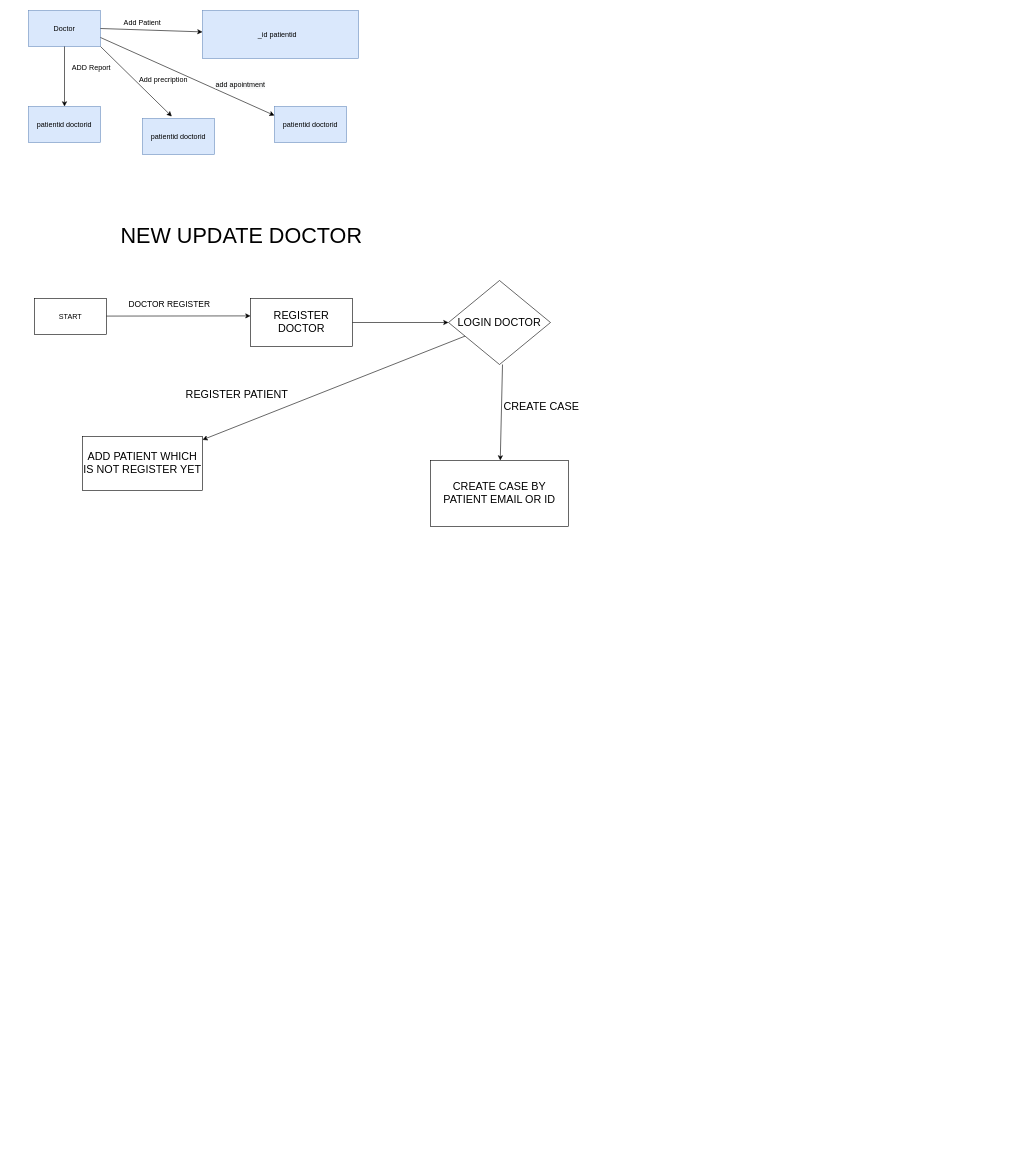
This is doccheck1Untitled Diagram.drawio from Tarunagg1/draw, a draw.io file, before an edit. Source tidied: cells renumbered, new cells numbered last; positions are measured from the earlier drawing's top-left corner, leaving out a move shared by most shapes. Both pictures are drawn from the tidied source at 60%, with x=0, y=0 at pixel (28, 10).
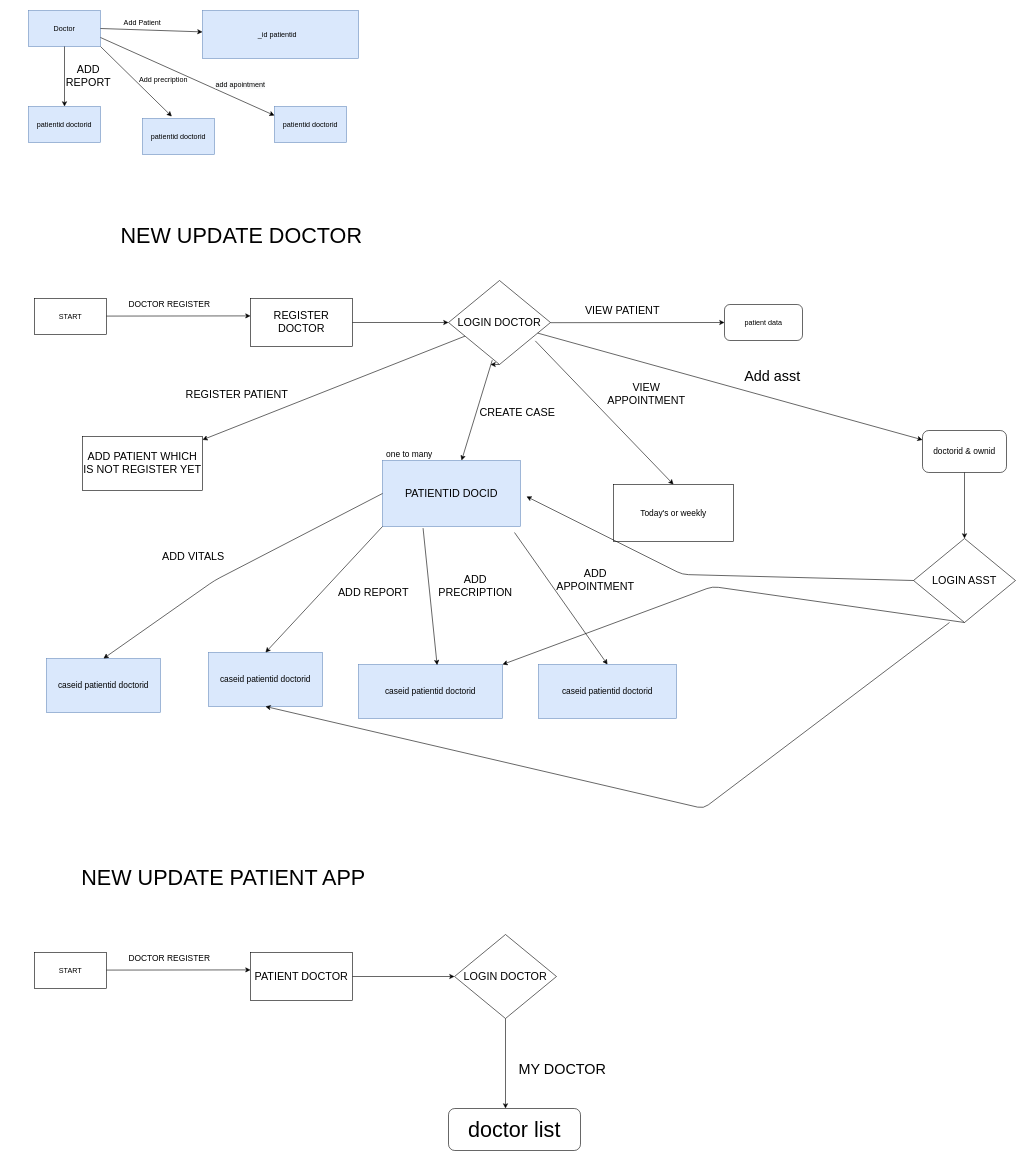
Above is the later version.

The change refers to these unchanged cells:
```xml
<mxCell id="22" value="&lt;span style=&quot;font-size: 18px&quot;&gt;LOGIN DOCTOR&lt;/span&gt;" style="rhombus;whiteSpace=wrap;html=1;" parent="1" vertex="1">
  <mxGeometry x="700" y="450" width="170" height="140" as="geometry" />
</mxCell>
```

What changed in the source:
```diff
@@
-    <mxCell id="9" value="ADD Report" style="text;html=1;strokeColor=none;fillColor=none;align=center;verticalAlign=middle;whiteSpace=wrap;rounded=0;" parent="1" vertex="1">
-      <mxGeometry x="60" y="90" width="90" height="10" as="geometry" />
-    </mxCell>
@@
+    <mxCell id="29" style="edgeStyle=orthogonalEdgeStyle;rounded=0;jettySize=auto;html=1;exitX=0.5;exitY=1;exitDx=0;exitDy=0;" parent="1" edge="1" source="22">
+      <mxGeometry relative="1" as="geometry">
+        <mxPoint x="770" y="590.4" as="targetPoint" />
+      </mxGeometry>
+    </mxCell>
@@
-    <mxCell id="26" style="endArrow=classic;html=1;" parent="1" edge="1" target="27">
-      <mxGeometry relative="1" as="geometry">
-        <mxPoint x="790" y="590" as="sourcePoint" />
-      </mxGeometry>
+    <mxCell id="26" style="endArrow=classic;html=1;exitX=0.429;exitY=0.948;exitDx=0;exitDy=0;exitPerimeter=0;" parent="1" edge="1" source="22" target="27">
+      <mxGeometry relative="1" as="geometry" />
     </mxCell>
-    <mxCell id="27" value="&lt;font style=&quot;font-size: 18px&quot;&gt;CREATE CASE BY PATIENT EMAIL OR ID&lt;/font&gt;" style="rounded=0;whiteSpace=wrap;html=1;" parent="1" vertex="1">
-      <mxGeometry x="670" y="750" width="230" height="110" as="geometry" />
+    <mxCell id="27" value="&lt;font style=&quot;font-size: 18px&quot;&gt;PATIENTID DOCID&lt;/font&gt;" style="rounded=0;whiteSpace=wrap;html=1;fillColor=#dae8fc;strokeColor=#6c8ebf;" parent="1" vertex="1">
+      <mxGeometry x="590" y="750" width="230" height="110" as="geometry" />
     </mxCell>
     <mxCell id="28" value="&lt;font style=&quot;font-size: 18px&quot;&gt;CREATE CASE&lt;/font&gt;" style="text;html=1;strokeColor=none;fillColor=none;align=center;verticalAlign=middle;whiteSpace=wrap;rounded=0;" parent="1" vertex="1">
-      <mxGeometry x="780" y="630" width="150" height="60" as="geometry" />
+      <mxGeometry x="740" y="640" width="150" height="60" as="geometry" />
     </mxCell>
+    <mxCell id="30" value="&lt;font style=&quot;font-size: 14px&quot;&gt;caseid patientid&amp;nbsp;doctorid&lt;/font&gt;" style="rounded=0;whiteSpace=wrap;html=1;fillColor=#dae8fc;strokeColor=#6c8ebf;" parent="1" vertex="1">
+      <mxGeometry x="300" y="1070" width="190" height="90" as="geometry" />
+    </mxCell>
+    <mxCell id="31" value="&lt;span style=&quot;font-size: 14px&quot;&gt;caseid patientid&amp;nbsp;doctorid&lt;/span&gt;" style="rounded=0;whiteSpace=wrap;html=1;fillColor=#dae8fc;strokeColor=#6c8ebf;" parent="1" vertex="1">
+      <mxGeometry x="850" y="1090" width="230" height="90" as="geometry" />
+    </mxCell>
+    <mxCell id="32" value="&lt;span style=&quot;font-size: 14px&quot;&gt;caseid patientid&amp;nbsp;doctorid&lt;/span&gt;" style="rounded=0;whiteSpace=wrap;html=1;fillColor=#dae8fc;strokeColor=#6c8ebf;" parent="1" vertex="1">
+      <mxGeometry x="550" y="1090" width="240" height="90" as="geometry" />
+    </mxCell>
+    <mxCell id="33" style="endArrow=classic;html=1;entryX=0.5;entryY=0;entryDx=0;entryDy=0;" parent="1" edge="1" target="31">
+      <mxGeometry relative="1" as="geometry">
+        <mxPoint x="810" y="870" as="sourcePoint" />
+      </mxGeometry>
+    </mxCell>
+    <mxCell id="34" style="endArrow=classic;html=1;exitX=0.294;exitY=1.025;exitDx=0;exitDy=0;exitPerimeter=0;entryX=0.546;entryY=0.011;entryDx=0;entryDy=0;entryPerimeter=0;" parent="1" edge="1" source="27" target="32">
+      <mxGeometry relative="1" as="geometry" />
+    </mxCell>
+    <mxCell id="35" style="endArrow=classic;html=1;entryX=0.5;entryY=0;entryDx=0;entryDy=0;exitX=0;exitY=1;exitDx=0;exitDy=0;" parent="1" edge="1" source="27" target="30">
+      <mxGeometry relative="1" as="geometry" />
+    </mxCell>
+    <mxCell id="36" value="&lt;font style=&quot;font-size: 18px&quot;&gt;ADD REPORT&lt;/font&gt;" style="text;html=1;strokeColor=none;fillColor=none;align=center;verticalAlign=middle;whiteSpace=wrap;rounded=0;" parent="1" vertex="1">
+      <mxGeometry x="510" y="950" width="130" height="40" as="geometry" />
+    </mxCell>
+    <mxCell id="37" value="&lt;font style=&quot;font-size: 18px&quot;&gt;ADD REPORT&lt;/font&gt;" style="text;html=1;strokeColor=none;fillColor=none;align=center;verticalAlign=middle;whiteSpace=wrap;rounded=0;" parent="1" vertex="1">
+      <mxGeometry x="50" y="90" width="100" height="40" as="geometry" />
+    </mxCell>
+    <mxCell id="38" value="&lt;font style=&quot;font-size: 18px&quot;&gt;ADD PRECRIPTION&lt;/font&gt;" style="text;html=1;strokeColor=none;fillColor=none;align=center;verticalAlign=middle;whiteSpace=wrap;rounded=0;" parent="1" vertex="1">
+      <mxGeometry x="680" y="940" width="130" height="40" as="geometry" />
+    </mxCell>
+    <mxCell id="39" value="&lt;font style=&quot;font-size: 18px&quot;&gt;ADD APPOINTMENT&lt;/font&gt;" style="text;html=1;strokeColor=none;fillColor=none;align=center;verticalAlign=middle;whiteSpace=wrap;rounded=0;" parent="1" vertex="1">
+      <mxGeometry x="880" y="930" width="130" height="40" as="geometry" />
+    </mxCell>
+    <mxCell id="40" style="endArrow=classic;html=1;exitX=0.851;exitY=0.719;exitDx=0;exitDy=0;exitPerimeter=0;entryX=0.5;entryY=0;entryDx=0;entryDy=0;" parent="1" edge="1" source="22" target="42">
+      <mxGeometry relative="1" as="geometry" />
+    </mxCell>
+    <mxCell id="41" value="&lt;font style=&quot;font-size: 18px&quot;&gt;VIEW APPOINTMENT&lt;/font&gt;" style="text;html=1;strokeColor=none;fillColor=none;align=center;verticalAlign=middle;whiteSpace=wrap;rounded=0;" parent="1" vertex="1">
+      <mxGeometry x="950" y="620" width="160" height="40" as="geometry" />
+    </mxCell>
+    <mxCell id="42" value="&lt;span style=&quot;font-size: 14px&quot;&gt;Today's or weekly&lt;/span&gt;" style="rounded=0;whiteSpace=wrap;html=1;" parent="1" vertex="1">
+      <mxGeometry x="975" y="790" width="200" height="95" as="geometry" />
+    </mxCell>
+    <mxCell id="43" style="endArrow=classic;html=1;exitX=0.851;exitY=0.719;exitDx=0;exitDy=0;exitPerimeter=0;entryX=0;entryY=0.5;entryDx=0;entryDy=0;" parent="1" edge="1" target="44">
+      <mxGeometry relative="1" as="geometry">
+        <mxPoint x="870" y="520.3" as="sourcePoint" />
+      </mxGeometry>
+    </mxCell>
+    <mxCell id="44" value="patient data" style="rounded=1;whiteSpace=wrap;html=1;" parent="1" vertex="1">
+      <mxGeometry x="1160" y="490" width="130" height="60" as="geometry" />
+    </mxCell>
+    <mxCell id="45" value="&lt;font style=&quot;font-size: 18px&quot;&gt;VIEW PATIENT&lt;/font&gt;" style="text;html=1;strokeColor=none;fillColor=none;align=center;verticalAlign=middle;whiteSpace=wrap;rounded=0;" parent="1" vertex="1">
+      <mxGeometry x="910" y="480" width="160" height="40" as="geometry" />
+    </mxCell>
+    <mxCell id="46" value="&lt;font style=&quot;font-size: 14px&quot;&gt;one to many&lt;/font&gt;" style="text;html=1;strokeColor=none;fillColor=none;align=center;verticalAlign=middle;whiteSpace=wrap;rounded=0;" parent="1" vertex="1">
+      <mxGeometry x="580" y="730" width="110" height="20" as="geometry" />
+    </mxCell>
+    <mxCell id="47" style="endArrow=classic;html=1;" parent="1" edge="1" source="22" target="48">
+      <mxGeometry relative="1" as="geometry" />
+    </mxCell>
+    <mxCell id="48" value="&lt;font style=&quot;font-size: 14px&quot;&gt;doctorid &amp;amp; ownid&lt;/font&gt;" style="rounded=1;whiteSpace=wrap;html=1;" parent="1" vertex="1">
+      <mxGeometry x="1490" y="700" width="140" height="70" as="geometry" />
+    </mxCell>
+    <mxCell id="49" value="&lt;font style=&quot;font-size: 24px&quot;&gt;Add asst&lt;/font&gt;" style="text;html=1;strokeColor=none;fillColor=none;align=center;verticalAlign=middle;whiteSpace=wrap;rounded=0;" parent="1" vertex="1">
+      <mxGeometry x="1160" y="590" width="160" height="40" as="geometry" />
+    </mxCell>
+    <mxCell id="50" style="endArrow=classic;html=1;exitX=0.5;exitY=1;exitDx=0;exitDy=0;" parent="1" edge="1" source="48">
+      <mxGeometry relative="1" as="geometry">
+        <mxPoint x="1560" y="880" as="targetPoint" />
+      </mxGeometry>
+    </mxCell>
+    <mxCell id="51" value="&lt;span style=&quot;font-size: 18px&quot;&gt;LOGIN ASST&lt;/span&gt;" style="rhombus;whiteSpace=wrap;html=1;" parent="1" vertex="1">
+      <mxGeometry x="1475" y="880" width="170" height="140" as="geometry" />
+    </mxCell>
+    <mxCell id="52" value="&lt;font style=&quot;font-size: 36px&quot;&gt;NEW UPDATE PATIENT APP&lt;/font&gt;" style="text;html=1;strokeColor=none;fillColor=none;align=center;verticalAlign=middle;whiteSpace=wrap;rounded=0;" parent="1" vertex="1">
+      <mxGeometry x="-30" y="1410" width="710" height="70" as="geometry" />
+    </mxCell>
+    <mxCell id="53" style="endArrow=classic;html=1;exitX=0.5;exitY=1;exitDx=0;exitDy=0;entryX=1;entryY=0;entryDx=0;entryDy=0;" parent="1" edge="1" source="51" target="32">
+      <mxGeometry relative="1" as="geometry">
+        <Array as="points">
+          <mxPoint x="1140" y="960" />
+        </Array>
+      </mxGeometry>
+    </mxCell>
+    <mxCell id="54" value="&lt;font style=&quot;font-size: 14px&quot;&gt;caseid patientid&amp;nbsp;doctorid&lt;/font&gt;" style="rounded=0;whiteSpace=wrap;html=1;fillColor=#dae8fc;strokeColor=#6c8ebf;" parent="1" vertex="1">
+      <mxGeometry x="30" y="1080" width="190" height="90" as="geometry" />
+    </mxCell>
+    <mxCell id="55" style="endArrow=classic;html=1;entryX=0.5;entryY=0;entryDx=0;entryDy=0;exitX=0;exitY=0.5;exitDx=0;exitDy=0;" parent="1" edge="1" source="27" target="54">
+      <mxGeometry relative="1" as="geometry">
+        <Array as="points">
+          <mxPoint x="310" y="950" />
+        </Array>
+      </mxGeometry>
+    </mxCell>
+    <mxCell id="56" value="&lt;font style=&quot;font-size: 18px&quot;&gt;ADD VITALS&lt;/font&gt;" style="text;html=1;strokeColor=none;fillColor=none;align=center;verticalAlign=middle;whiteSpace=wrap;rounded=0;" parent="1" vertex="1">
+      <mxGeometry x="210" y="890" width="130" height="40" as="geometry" />
+    </mxCell>
+    <mxCell id="57" style="endArrow=classic;html=1;" parent="1" edge="1">
+      <mxGeometry relative="1" as="geometry">
+        <mxPoint x="1535" y="1020" as="sourcePoint" />
+        <mxPoint x="395" y="1160" as="targetPoint" />
+        <Array as="points">
+          <mxPoint x="1125" y="1330" />
+        </Array>
+      </mxGeometry>
+    </mxCell>
+    <mxCell id="58" style="endArrow=classic;html=1;exitX=0;exitY=0.5;exitDx=0;exitDy=0;" parent="1" edge="1" source="51">
+      <mxGeometry relative="1" as="geometry">
+        <mxPoint x="830" y="810" as="targetPoint" />
+        <Array as="points">
+          <mxPoint x="1090" y="940" />
+        </Array>
+      </mxGeometry>
+    </mxCell>
+    <mxCell id="59" value="START" style="rounded=0;whiteSpace=wrap;html=1;" parent="1" vertex="1">
+      <mxGeometry x="10" y="1570" width="120" height="60" as="geometry" />
+    </mxCell>
+    <mxCell id="60" style="endArrow=classic;html=1;" parent="1" edge="1">
+      <mxGeometry relative="1" as="geometry">
+        <mxPoint x="130" y="1599.3" as="sourcePoint" />
+        <mxPoint x="370" y="1599" as="targetPoint" />
+      </mxGeometry>
+    </mxCell>
+    <mxCell id="61" value="&lt;span style=&quot;font-size: 18px&quot;&gt;PATIENT DOCTOR&lt;/span&gt;" style="rounded=0;whiteSpace=wrap;html=1;" parent="1" vertex="1">
+      <mxGeometry x="370" y="1570" width="170" height="80" as="geometry" />
+    </mxCell>
+    <mxCell id="62" value="&lt;font style=&quot;font-size: 14px&quot;&gt;DOCTOR REGISTER&lt;/font&gt;" style="text;html=1;strokeColor=none;fillColor=none;align=center;verticalAlign=middle;whiteSpace=wrap;rounded=0;" parent="1" vertex="1">
+      <mxGeometry x="160" y="1570" width="150" height="20" as="geometry" />
+    </mxCell>
+    <mxCell id="63" style="endArrow=classic;html=1;exitX=1;exitY=0.5;exitDx=0;exitDy=0;entryX=0;entryY=0.5;entryDx=0;entryDy=0;" parent="1" edge="1" source="61" target="67">
+      <mxGeometry relative="1" as="geometry" />
+    </mxCell>
+    <mxCell id="64" style="endArrow=classic;html=1;exitX=0.5;exitY=1;exitDx=0;exitDy=0;" parent="1" edge="1" source="67">
+      <mxGeometry relative="1" as="geometry">
+        <mxPoint x="795" y="1830" as="targetPoint" />
+      </mxGeometry>
+    </mxCell>
+    <mxCell id="65" value="&lt;font style=&quot;font-size: 36px&quot;&gt;doctor list&lt;/font&gt;" style="rounded=1;whiteSpace=wrap;html=1;" parent="1" vertex="1">
+      <mxGeometry x="700" y="1830" width="220" height="70" as="geometry" />
+    </mxCell>
+    <mxCell id="66" value="&lt;font style=&quot;font-size: 24px&quot;&gt;MY DOCTOR&lt;/font&gt;" style="text;html=1;strokeColor=none;fillColor=none;align=center;verticalAlign=middle;whiteSpace=wrap;rounded=0;" parent="1" vertex="1">
+      <mxGeometry x="810" y="1740" width="160" height="50" as="geometry" />
+    </mxCell>
+    <mxCell id="67" value="&lt;span style=&quot;font-size: 18px&quot;&gt;LOGIN DOCTOR&lt;/span&gt;" style="rhombus;whiteSpace=wrap;html=1;" parent="1" vertex="1">
+      <mxGeometry x="710" y="1540" width="170" height="140" as="geometry" />
+    </mxCell>
```
